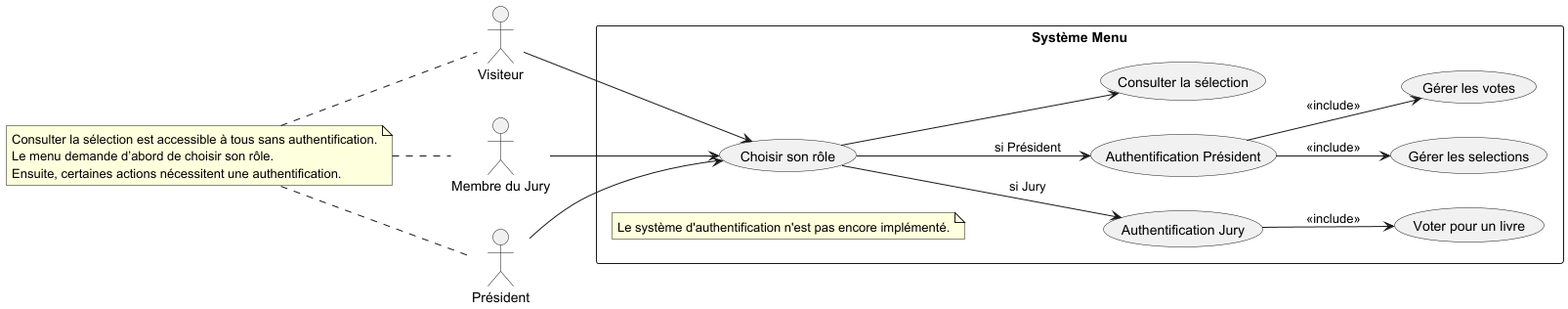
john7440/Evaluation-Metier-Python keeps this PlantUML diagram as doc/uml/1-use_case/goncourt-use_case.png. Above is the earlier version.
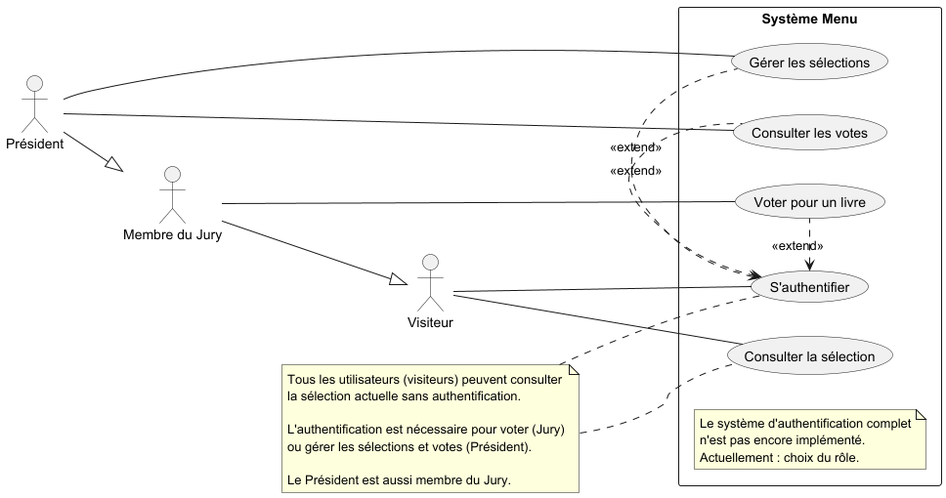
After the commit.

Commit message:
correction du diagramme de use case (après évaluation)

The edit, as a diff of the source:
```diff
@@ -1,41 +1,39 @@
 @startuml
 left to right direction
 
-actor "Visiteur" as user
+actor "Visiteur" as visitor
 actor "Membre du Jury" as jury
 actor "Président" as president
 
 rectangle "Système Menu" {
 
-  usecase "Choisir son rôle" as UC_role
+usecase "Consulter la sélection" as UC_consult
+usecase "S'authentifier" as UC_auth
 
-  note "Le système d'authentification n'est pas encore implémenté." as N2
+note "Le système d'authentification complet\nn'est pas encore implémenté.\nActuellement : choix du rôle." as N2
 
-  usecase "Authentification Jury" as UC_auth_jury
-  usecase "Authentification Président" as UC_auth
-
-  usecase "Consulter la sélection" as UC_consult
-  usecase "Voter pour un livre" as UC_vote
-  usecase "Gérer les selections" as UC_sel
-  usecase "Gérer les votes" as UC_show_votes
+usecase "Voter pour un livre" as UC_vote
+usecase "Gérer les sélections" as UC_sel
+usecase "Consulter les votes" as UC_show_votes
 }
 
-user --> UC_role
-jury --> UC_role
-president --> UC_role
+visitor -- UC_consult
 
-UC_role --> UC_consult
+visitor -- UC_auth
 
-UC_role --> UC_auth_jury : si Jury
-UC_auth_jury --> UC_vote : <<include>>
+jury --|> visitor
+jury -- UC_vote
 
-UC_role --> UC_auth : si Président
-UC_auth --> UC_sel : <<include>>
-UC_auth --> UC_show_votes : <<include>>
+president --|> jury
+president -- UC_sel
+president -- UC_show_votes
 
-note "Consulter la sélection est accessible à tous sans authentification.\nLe menu demande d’abord de choisir son rôle.\nEnsuite, certaines actions nécessitent une authentification." as N1
-N1 .. user
-N1 .. jury
-N1 .. president
+UC_auth <. UC_vote : <<extend>>
+UC_auth <. UC_sel : <<extend>>
+UC_auth <. UC_show_votes : <<extend>>
+
+note "Tous les utilisateurs (visiteurs) peuvent consulter\nla sélection actuelle sans authentification.\n\nL'authentification est nécessaire pour voter (Jury)\nou gérer les sélections et votes (Président).\n\nLe Président est aussi membre du Jury." as N1
+N1 .. UC_consult
+N1 .. UC_auth
 
 @enduml
```
